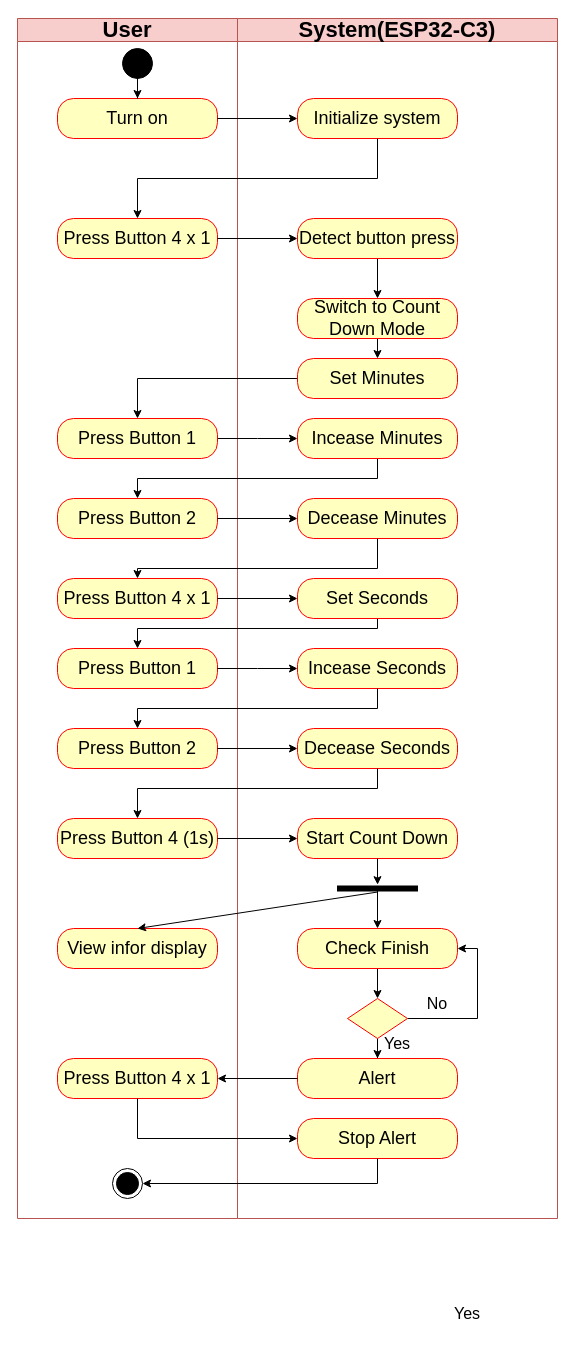
Earlier version of the draw.io diagram page "Activity Count Down Diagram" (12 of 17) of UML.drawio (106210049/CK_RTOS). Source tidied: cells renumbered, new cells numbered last; positions are measured from the earlier drawing's top-left corner, leaving out a move shared by most shapes. Both pictures are drawn from the tidied source at 100%, with x=0, y=0 at pixel (17, 18).
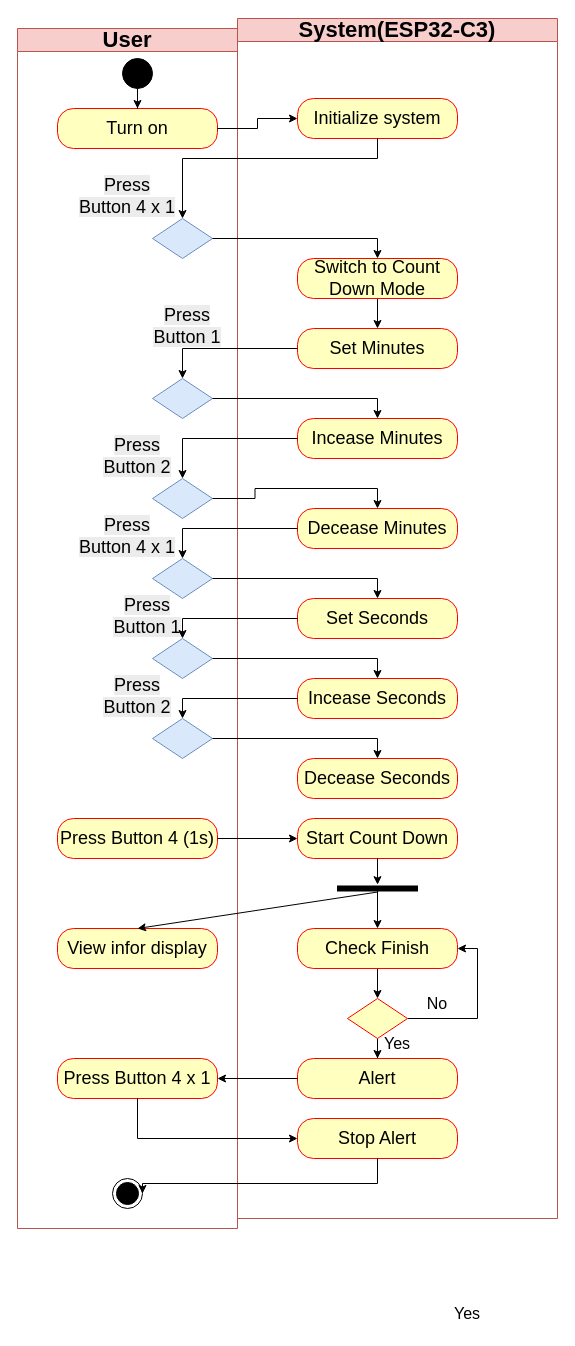
The same page after the edit.

Unchanged cells that the change refers to:
```xml
<mxCell id="8" value="&lt;font style=&quot;font-size: 22px;&quot;&gt;System(ESP32-C3)&lt;/font&gt;" style="swimlane;whiteSpace=wrap;html=1;fillColor=#f8cecc;strokeColor=#b85450;" parent="1" vertex="1">
  <mxGeometry x="220" width="320" height="1200" as="geometry" />
</mxCell>
<mxCell id="9" value="&lt;font&gt;Initialize system&lt;/font&gt;" style="rounded=1;whiteSpace=wrap;html=1;arcSize=40;fontColor=#000000;fillColor=#ffffc0;strokeColor=#ff0000;fontSize=18;" parent="8" vertex="1">
  <mxGeometry x="60" y="80" width="160" height="40" as="geometry" />
</mxCell>
<mxCell id="16" value="Press Button 4 (1s)" style="rounded=1;whiteSpace=wrap;html=1;arcSize=40;fontColor=#000000;fillColor=#ffffc0;strokeColor=#ff0000;fontSize=18;" parent="8" vertex="1">
  <mxGeometry x="-180" y="800" width="160" height="40" as="geometry" />
</mxCell>
<mxCell id="53" value="&lt;font&gt;Incease Minutes&lt;/font&gt;" style="rounded=1;whiteSpace=wrap;html=1;arcSize=40;fontColor=#000000;fillColor=#ffffc0;strokeColor=#ff0000;fontSize=18;" parent="8" vertex="1">
  <mxGeometry x="60" y="400" width="160" height="40" as="geometry" />
</mxCell>
```

Change to the diagram source:
```diff
@@
     <mxCell id="2" value="&lt;font style=&quot;font-size: 22px;&quot;&gt;User&lt;/font&gt;" style="swimlane;whiteSpace=wrap;html=1;fillColor=#f8cecc;strokeColor=#b85450;" parent="1" vertex="1">
-      <mxGeometry width="220" height="1200" as="geometry" />
+      <mxGeometry y="10" width="220" height="1200" as="geometry" />
     </mxCell>
@@
-    <mxCell id="7" value="&lt;font&gt;Press Button 4 x 1&lt;/font&gt;" style="rounded=1;whiteSpace=wrap;html=1;arcSize=40;fontColor=#000000;fillColor=#ffffc0;strokeColor=#ff0000;fontSize=18;" parent="2" vertex="1">
-      <mxGeometry x="40" y="200" width="160" height="40" as="geometry" />
-    </mxCell>
+    <mxCell id="61" style="rhombus;whiteSpace=wrap;html=1;fillColor=#dae8fc;strokeColor=#6c8ebf;fontSize=18;" parent="2" vertex="1">
+      <mxGeometry x="135" y="190" width="60" height="40" as="geometry" />
+    </mxCell>
+    <mxCell id="62" value="&lt;span style=&quot;color: rgb(0, 0, 0); font-family: Helvetica; font-size: 18px; font-style: normal; font-variant-ligatures: normal; font-variant-caps: normal; font-weight: 400; letter-spacing: normal; orphans: 2; text-indent: 0px; text-transform: none; widows: 2; word-spacing: 0px; -webkit-text-stroke-width: 0px; white-space: normal; background-color: rgb(236, 236, 236); text-decoration-thickness: initial; text-decoration-style: initial; text-decoration-color: initial; float: none; display: inline !important;&quot;&gt;Press Button 4 x 1&lt;/span&gt;" style="text;whiteSpace=wrap;html=1;align=center;" parent="2" vertex="1">
+      <mxGeometry x="60" y="140" width="100" height="40" as="geometry" />
+    </mxCell>
+    <mxCell id="63" style="rhombus;whiteSpace=wrap;html=1;fillColor=#dae8fc;strokeColor=#6c8ebf;fontSize=18;" parent="2" vertex="1">
+      <mxGeometry x="135" y="350" width="60" height="40" as="geometry" />
+    </mxCell>
+    <mxCell id="64" value="&lt;span style=&quot;color: rgb(0, 0, 0); font-family: Helvetica; font-size: 18px; font-style: normal; font-variant-ligatures: normal; font-variant-caps: normal; font-weight: 400; letter-spacing: normal; orphans: 2; text-indent: 0px; text-transform: none; widows: 2; word-spacing: 0px; -webkit-text-stroke-width: 0px; white-space: normal; background-color: rgb(236, 236, 236); text-decoration-thickness: initial; text-decoration-style: initial; text-decoration-color: initial; float: none; display: inline !important;&quot;&gt;Press Button 1&lt;/span&gt;" style="text;whiteSpace=wrap;html=1;align=center;" parent="2" vertex="1">
+      <mxGeometry x="120" y="270" width="100" height="60" as="geometry" />
+    </mxCell>
+    <mxCell id="65" style="rhombus;whiteSpace=wrap;html=1;fillColor=#dae8fc;strokeColor=#6c8ebf;fontSize=18;" parent="2" vertex="1">
+      <mxGeometry x="135" y="450" width="60" height="40" as="geometry" />
+    </mxCell>
+    <mxCell id="66" value="&lt;span style=&quot;color: rgb(0, 0, 0); font-family: Helvetica; font-size: 18px; font-style: normal; font-variant-ligatures: normal; font-variant-caps: normal; font-weight: 400; letter-spacing: normal; orphans: 2; text-indent: 0px; text-transform: none; widows: 2; word-spacing: 0px; -webkit-text-stroke-width: 0px; white-space: normal; background-color: rgb(236, 236, 236); text-decoration-thickness: initial; text-decoration-style: initial; text-decoration-color: initial; float: none; display: inline !important;&quot;&gt;Press Button 2&lt;/span&gt;" style="text;whiteSpace=wrap;html=1;align=center;" parent="2" vertex="1">
+      <mxGeometry x="70" y="400" width="100" height="60" as="geometry" />
+    </mxCell>
+    <mxCell id="67" style="rhombus;whiteSpace=wrap;html=1;fillColor=#dae8fc;strokeColor=#6c8ebf;fontSize=18;" parent="2" vertex="1">
+      <mxGeometry x="135" y="530" width="60" height="40" as="geometry" />
+    </mxCell>
+    <mxCell id="68" value="&lt;span style=&quot;color: rgb(0, 0, 0); font-family: Helvetica; font-size: 18px; font-style: normal; font-variant-ligatures: normal; font-variant-caps: normal; font-weight: 400; letter-spacing: normal; orphans: 2; text-indent: 0px; text-transform: none; widows: 2; word-spacing: 0px; -webkit-text-stroke-width: 0px; white-space: normal; background-color: rgb(236, 236, 236); text-decoration-thickness: initial; text-decoration-style: initial; text-decoration-color: initial; float: none; display: inline !important;&quot;&gt;Press Button 4 x 1&lt;/span&gt;" style="text;whiteSpace=wrap;html=1;align=center;" parent="2" vertex="1">
+      <mxGeometry x="60" y="480" width="100" height="40" as="geometry" />
+    </mxCell>
+    <mxCell id="69" style="rhombus;whiteSpace=wrap;html=1;fillColor=#dae8fc;strokeColor=#6c8ebf;fontSize=18;" parent="2" vertex="1">
+      <mxGeometry x="135" y="610" width="60" height="40" as="geometry" />
+    </mxCell>
+    <mxCell id="70" value="&lt;span style=&quot;color: rgb(0, 0, 0); font-family: Helvetica; font-size: 18px; font-style: normal; font-variant-ligatures: normal; font-variant-caps: normal; font-weight: 400; letter-spacing: normal; orphans: 2; text-indent: 0px; text-transform: none; widows: 2; word-spacing: 0px; -webkit-text-stroke-width: 0px; white-space: normal; background-color: rgb(236, 236, 236); text-decoration-thickness: initial; text-decoration-style: initial; text-decoration-color: initial; float: none; display: inline !important;&quot;&gt;Press Button 1&lt;/span&gt;" style="text;whiteSpace=wrap;html=1;align=center;" parent="2" vertex="1">
+      <mxGeometry x="80" y="560" width="100" height="60" as="geometry" />
+    </mxCell>
+    <mxCell id="71" style="rhombus;whiteSpace=wrap;html=1;fillColor=#dae8fc;strokeColor=#6c8ebf;fontSize=18;" parent="2" vertex="1">
+      <mxGeometry x="135" y="690" width="60" height="40" as="geometry" />
+    </mxCell>
+    <mxCell id="72" value="&lt;span style=&quot;color: rgb(0, 0, 0); font-family: Helvetica; font-size: 18px; font-style: normal; font-variant-ligatures: normal; font-variant-caps: normal; font-weight: 400; letter-spacing: normal; orphans: 2; text-indent: 0px; text-transform: none; widows: 2; word-spacing: 0px; -webkit-text-stroke-width: 0px; white-space: normal; background-color: rgb(236, 236, 236); text-decoration-thickness: initial; text-decoration-style: initial; text-decoration-color: initial; float: none; display: inline !important;&quot;&gt;Press Button 2&lt;/span&gt;" style="text;whiteSpace=wrap;html=1;align=center;" parent="2" vertex="1">
+      <mxGeometry x="70" y="640" width="100" height="60" as="geometry" />
+    </mxCell>
@@
-    <mxCell id="10" style="edgeStyle=orthogonalEdgeStyle;rounded=0;jettySize=auto;html=1;" parent="8" edge="1" source="11" target="13">
-      <mxGeometry relative="1" as="geometry" />
-    </mxCell>
-    <mxCell id="11" value="&lt;font&gt;Detect button press&lt;/font&gt;" style="rounded=1;whiteSpace=wrap;html=1;arcSize=40;fontColor=#000000;fillColor=#ffffc0;strokeColor=#ff0000;fontSize=18;" parent="8" vertex="1">
-      <mxGeometry x="60" y="200" width="160" height="40" as="geometry" />
-    </mxCell>
@@
     <mxCell id="13" value="&lt;font&gt;Switch to Count Down Mode&lt;/font&gt;" style="rounded=1;whiteSpace=wrap;html=1;arcSize=40;fontColor=#000000;fillColor=#ffffc0;strokeColor=#ff0000;fontSize=18;" parent="8" vertex="1">
-      <mxGeometry x="60" y="280" width="160" height="40" as="geometry" />
+      <mxGeometry x="60" y="240" width="160" height="40" as="geometry" />
     </mxCell>
-    <mxCell id="14" value="Press Button 2" style="rounded=1;whiteSpace=wrap;html=1;arcSize=40;fontColor=#000000;fillColor=#ffffc0;strokeColor=#ff0000;fontSize=18;" parent="8" vertex="1">
-      <mxGeometry x="-180" y="480" width="160" height="40" as="geometry" />
-    </mxCell>
-    <mxCell id="15" value="Press Button 4 x 1" style="rounded=1;whiteSpace=wrap;html=1;arcSize=40;fontColor=#000000;fillColor=#ffffc0;strokeColor=#ff0000;fontSize=18;" parent="8" vertex="1">
-      <mxGeometry x="-180" y="560" width="160" height="40" as="geometry" />
-    </mxCell>
@@
     <mxCell id="19" value="&lt;font&gt;Decease Minutes&lt;/font&gt;" style="rounded=1;whiteSpace=wrap;html=1;arcSize=40;fontColor=#000000;fillColor=#ffffc0;strokeColor=#ff0000;fontSize=18;" parent="8" vertex="1">
-      <mxGeometry x="60" y="480" width="160" height="40" as="geometry" />
+      <mxGeometry x="60" y="490" width="160" height="40" as="geometry" />
     </mxCell>
-    <mxCell id="20" style="edgeStyle=orthogonalEdgeStyle;rounded=0;jettySize=auto;html=1;entryX=0.5;entryY=0;entryDx=0;entryDy=0;" parent="8" edge="1" source="21" target="22">
-      <mxGeometry relative="1" as="geometry">
-        <Array as="points">
-          <mxPoint x="140" y="610" />
-          <mxPoint x="-100" y="610" />
-        </Array>
-      </mxGeometry>
-    </mxCell>
     <mxCell id="21" value="&lt;font&gt;Set Seconds&lt;/font&gt;" style="rounded=1;whiteSpace=wrap;html=1;arcSize=40;fontColor=#000000;fillColor=#ffffc0;strokeColor=#ff0000;fontSize=18;" parent="8" vertex="1">
-      <mxGeometry x="60" y="560" width="160" height="40" as="geometry" />
+      <mxGeometry x="60" y="580" width="160" height="40" as="geometry" />
     </mxCell>
-    <mxCell id="22" value="Press Button 1" style="rounded=1;whiteSpace=wrap;html=1;arcSize=40;fontColor=#000000;fillColor=#ffffc0;strokeColor=#ff0000;fontSize=18;" parent="8" vertex="1">
-      <mxGeometry x="-180" y="630" width="160" height="40" as="geometry" />
-    </mxCell>
-    <mxCell id="23" value="Press Button 2" style="rounded=1;whiteSpace=wrap;html=1;arcSize=40;fontColor=#000000;fillColor=#ffffc0;strokeColor=#ff0000;fontSize=18;" parent="8" vertex="1">
-      <mxGeometry x="-180" y="710" width="160" height="40" as="geometry" />
-    </mxCell>
     <mxCell id="24" value="&lt;font&gt;Incease Seconds&lt;/font&gt;" style="rounded=1;whiteSpace=wrap;html=1;arcSize=40;fontColor=#000000;fillColor=#ffffc0;strokeColor=#ff0000;fontSize=18;" parent="8" vertex="1">
-      <mxGeometry x="60" y="630" width="160" height="40" as="geometry" />
+      <mxGeometry x="60" y="660" width="160" height="40" as="geometry" />
     </mxCell>
     <mxCell id="25" value="&lt;font&gt;Decease Seconds&lt;/font&gt;" style="rounded=1;whiteSpace=wrap;html=1;arcSize=40;fontColor=#000000;fillColor=#ffffc0;strokeColor=#ff0000;fontSize=18;" parent="8" vertex="1">
-      <mxGeometry x="60" y="710" width="160" height="40" as="geometry" />
+      <mxGeometry x="60" y="740" width="160" height="40" as="geometry" />
     </mxCell>
-    <mxCell id="26" style="edgeStyle=orthogonalEdgeStyle;rounded=0;jettySize=auto;html=1;" parent="8" edge="1" source="22">
-      <mxGeometry relative="1" as="geometry">
-        <mxPoint x="60" y="650" as="targetPoint" />
-      </mxGeometry>
-    </mxCell>
-    <mxCell id="27" style="edgeStyle=orthogonalEdgeStyle;rounded=0;jettySize=auto;html=1;entryX=0.5;entryY=0;entryDx=0;entryDy=0;" parent="8" edge="1" source="24" target="23">
-      <mxGeometry relative="1" as="geometry">
-        <Array as="points">
-          <mxPoint x="140" y="690" />
-          <mxPoint x="-100" y="690" />
-        </Array>
-      </mxGeometry>
-    </mxCell>
-    <mxCell id="28" style="edgeStyle=orthogonalEdgeStyle;rounded=0;jettySize=auto;html=1;" parent="8" edge="1" source="23" target="25">
-      <mxGeometry relative="1" as="geometry" />
-    </mxCell>
@@
-    <mxCell id="42" style="edgeStyle=orthogonalEdgeStyle;rounded=0;jettySize=auto;html=1;" parent="8" edge="1" source="52">
-      <mxGeometry relative="1" as="geometry">
-        <mxPoint x="60" y="420" as="targetPoint" />
-      </mxGeometry>
-    </mxCell>
-    <mxCell id="43" style="edgeStyle=orthogonalEdgeStyle;rounded=0;jettySize=auto;html=1;entryX=0.5;entryY=0;entryDx=0;entryDy=0;" parent="8" edge="1" source="53" target="14">
-      <mxGeometry relative="1" as="geometry">
-        <Array as="points">
-          <mxPoint x="140" y="460" />
-          <mxPoint x="-100" y="460" />
-        </Array>
-      </mxGeometry>
-    </mxCell>
-    <mxCell id="44" style="edgeStyle=orthogonalEdgeStyle;rounded=0;jettySize=auto;html=1;" parent="8" edge="1" source="14" target="19">
-      <mxGeometry relative="1" as="geometry" />
-    </mxCell>
-    <mxCell id="45" style="edgeStyle=orthogonalEdgeStyle;rounded=0;jettySize=auto;html=1;entryX=0.5;entryY=0;entryDx=0;entryDy=0;" parent="8" edge="1" source="19" target="15">
-      <mxGeometry relative="1" as="geometry">
-        <Array as="points">
-          <mxPoint x="140" y="550" />
-          <mxPoint x="-100" y="550" />
-        </Array>
-      </mxGeometry>
-    </mxCell>
-    <mxCell id="46" style="edgeStyle=orthogonalEdgeStyle;rounded=0;jettySize=auto;html=1;" parent="8" edge="1" source="15" target="21">
-      <mxGeometry relative="1" as="geometry" />
-    </mxCell>
-    <mxCell id="47" style="edgeStyle=orthogonalEdgeStyle;rounded=0;jettySize=auto;html=1;entryX=0.5;entryY=0;entryDx=0;entryDy=0;" parent="8" edge="1" source="25" target="16">
-      <mxGeometry relative="1" as="geometry">
-        <Array as="points">
-          <mxPoint x="140" y="770" />
-          <mxPoint x="-100" y="770" />
-        </Array>
-      </mxGeometry>
-    </mxCell>
@@
-    <mxCell id="52" value="Press Button 1" style="rounded=1;whiteSpace=wrap;html=1;arcSize=40;fontColor=#000000;fillColor=#ffffc0;strokeColor=#ff0000;fontSize=18;" parent="8" vertex="1">
-      <mxGeometry x="-180" y="400" width="160" height="40" as="geometry" />
-    </mxCell>
@@
-    <mxCell id="54" style="edgeStyle=orthogonalEdgeStyle;rounded=0;jettySize=auto;html=1;entryX=0.5;entryY=0;entryDx=0;entryDy=0;" parent="8" edge="1" source="55" target="52">
-      <mxGeometry relative="1" as="geometry" />
-    </mxCell>
     <mxCell id="55" value="&lt;font&gt;Set Minutes&lt;/font&gt;" style="rounded=1;whiteSpace=wrap;html=1;arcSize=40;fontColor=#000000;fillColor=#ffffc0;strokeColor=#ff0000;fontSize=18;" parent="8" vertex="1">
-      <mxGeometry x="60" y="340" width="160" height="40" as="geometry" />
+      <mxGeometry x="60" y="310" width="160" height="40" as="geometry" />
     </mxCell>
@@
-    <mxCell id="57" style="edgeStyle=orthogonalEdgeStyle;rounded=0;jettySize=auto;html=1;entryX=0.5;entryY=0;entryDx=0;entryDy=0;" parent="1" edge="1" source="9" target="7">
-      <mxGeometry relative="1" as="geometry">
-        <Array as="points">
-          <mxPoint x="360" y="160" />
-          <mxPoint x="120" y="160" />
-        </Array>
-      </mxGeometry>
-    </mxCell>
-    <mxCell id="58" style="edgeStyle=orthogonalEdgeStyle;rounded=0;jettySize=auto;html=1;" parent="1" edge="1" source="7" target="11">
-      <mxGeometry relative="1" as="geometry" />
-    </mxCell>
@@
+    <mxCell id="73" style="edgeStyle=orthogonalEdgeStyle;rounded=0;jettySize=auto;html=1;exitX=1;exitY=0.5;exitDx=0;exitDy=0;entryX=0.5;entryY=0;entryDx=0;entryDy=0;" parent="1" edge="1" source="61" target="13">
+      <mxGeometry relative="1" as="geometry" />
+    </mxCell>
+    <mxCell id="74" style="edgeStyle=orthogonalEdgeStyle;rounded=0;jettySize=auto;html=1;entryX=0.5;entryY=0;entryDx=0;entryDy=0;" parent="1" edge="1" source="9" target="61">
+      <mxGeometry relative="1" as="geometry">
+        <Array as="points">
+          <mxPoint x="360" y="140" />
+          <mxPoint x="165" y="140" />
+        </Array>
+      </mxGeometry>
+    </mxCell>
+    <mxCell id="75" style="edgeStyle=orthogonalEdgeStyle;rounded=0;jettySize=auto;html=1;exitX=0;exitY=0.5;exitDx=0;exitDy=0;entryX=0.5;entryY=0;entryDx=0;entryDy=0;" parent="1" edge="1" source="55" target="63">
+      <mxGeometry relative="1" as="geometry" />
+    </mxCell>
+    <mxCell id="76" style="edgeStyle=orthogonalEdgeStyle;rounded=0;jettySize=auto;html=1;exitX=1;exitY=0.5;exitDx=0;exitDy=0;entryX=0.5;entryY=0;entryDx=0;entryDy=0;" parent="1" edge="1" source="63" target="53">
+      <mxGeometry relative="1" as="geometry" />
+    </mxCell>
+    <mxCell id="77" style="edgeStyle=orthogonalEdgeStyle;rounded=0;jettySize=auto;html=1;exitX=0;exitY=0.5;exitDx=0;exitDy=0;entryX=0.5;entryY=0;entryDx=0;entryDy=0;" parent="1" edge="1" source="53" target="65">
+      <mxGeometry relative="1" as="geometry" />
+    </mxCell>
+    <mxCell id="78" style="edgeStyle=orthogonalEdgeStyle;rounded=0;jettySize=auto;html=1;exitX=1;exitY=0.5;exitDx=0;exitDy=0;entryX=0.5;entryY=0;entryDx=0;entryDy=0;" parent="1" edge="1" source="65" target="19">
+      <mxGeometry relative="1" as="geometry" />
+    </mxCell>
+    <mxCell id="79" style="edgeStyle=orthogonalEdgeStyle;rounded=0;jettySize=auto;html=1;entryX=0.5;entryY=0;entryDx=0;entryDy=0;" parent="1" edge="1" source="19" target="67">
+      <mxGeometry relative="1" as="geometry" />
+    </mxCell>
+    <mxCell id="80" style="edgeStyle=orthogonalEdgeStyle;rounded=0;jettySize=auto;html=1;exitX=1;exitY=0.5;exitDx=0;exitDy=0;entryX=0.5;entryY=0;entryDx=0;entryDy=0;" parent="1" edge="1" source="67" target="21">
+      <mxGeometry relative="1" as="geometry" />
+    </mxCell>
+    <mxCell id="81" style="edgeStyle=orthogonalEdgeStyle;rounded=0;jettySize=auto;html=1;entryX=0.5;entryY=0;entryDx=0;entryDy=0;" parent="1" edge="1" source="21" target="69">
+      <mxGeometry relative="1" as="geometry" />
+    </mxCell>
+    <mxCell id="82" style="edgeStyle=orthogonalEdgeStyle;rounded=0;jettySize=auto;html=1;exitX=1;exitY=0.5;exitDx=0;exitDy=0;entryX=0.5;entryY=0;entryDx=0;entryDy=0;" parent="1" edge="1" source="69" target="24">
+      <mxGeometry relative="1" as="geometry" />
+    </mxCell>
+    <mxCell id="83" style="edgeStyle=orthogonalEdgeStyle;rounded=0;jettySize=auto;html=1;exitX=1;exitY=0.5;exitDx=0;exitDy=0;entryX=0.5;entryY=0;entryDx=0;entryDy=0;" parent="1" edge="1" source="71" target="25">
+      <mxGeometry relative="1" as="geometry" />
+    </mxCell>
+    <mxCell id="84" style="edgeStyle=orthogonalEdgeStyle;rounded=0;jettySize=auto;html=1;entryX=0.5;entryY=0;entryDx=0;entryDy=0;" parent="1" edge="1" source="24" target="71">
+      <mxGeometry relative="1" as="geometry" />
+    </mxCell>
```
